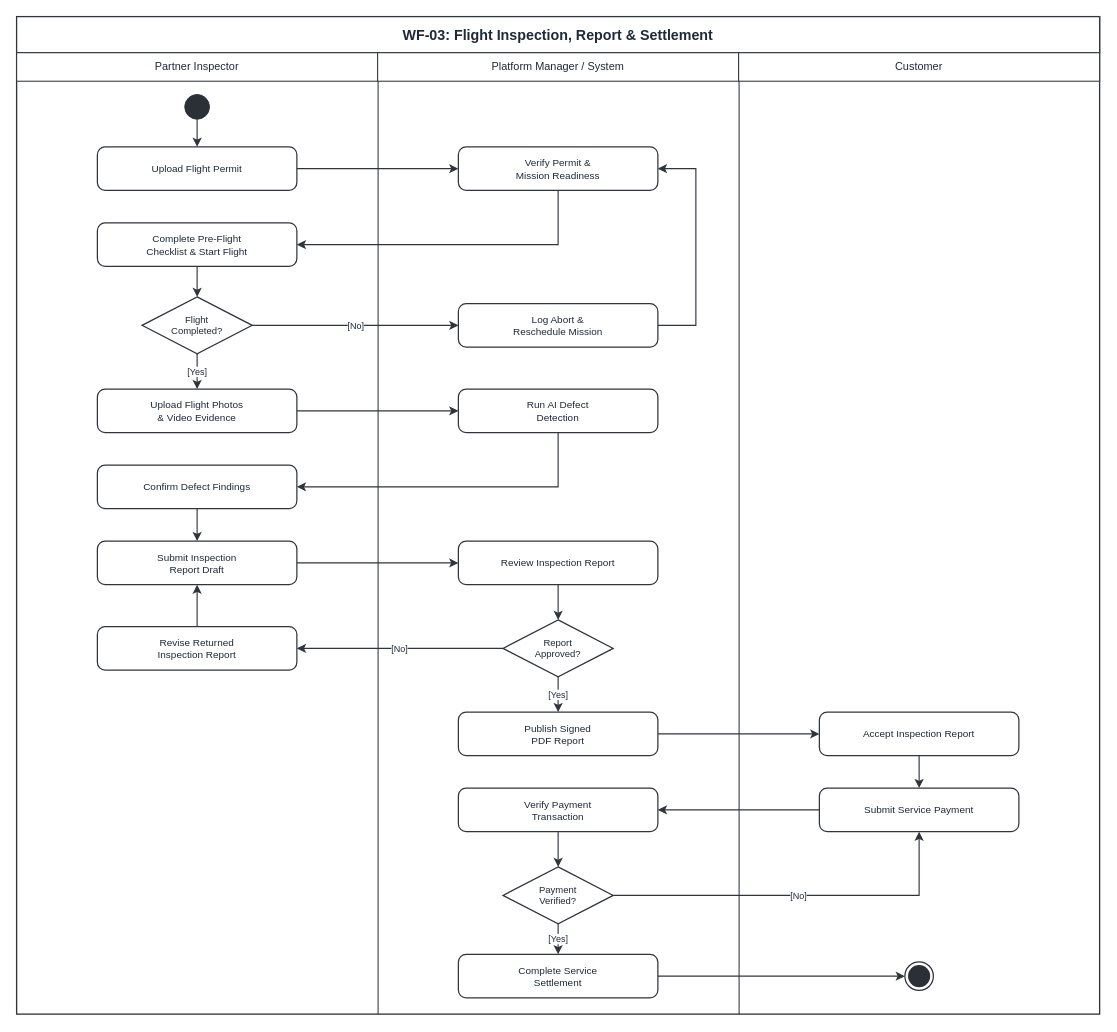
Above: page "WF-03 Activity" (10 of 11) of diagrams/smartdrone-use-cases.drawio in tungbach12/SmartDroneInspection-Docs (draw.io), before the change. Source tidied: cells renumbered, new cells numbered last; positions are measured from the earlier drawing's top-left corner, leaving out a move shared by most shapes. Both pictures are drawn from the tidied source at 95%, with x=0, y=0 at pixel (16, 16).
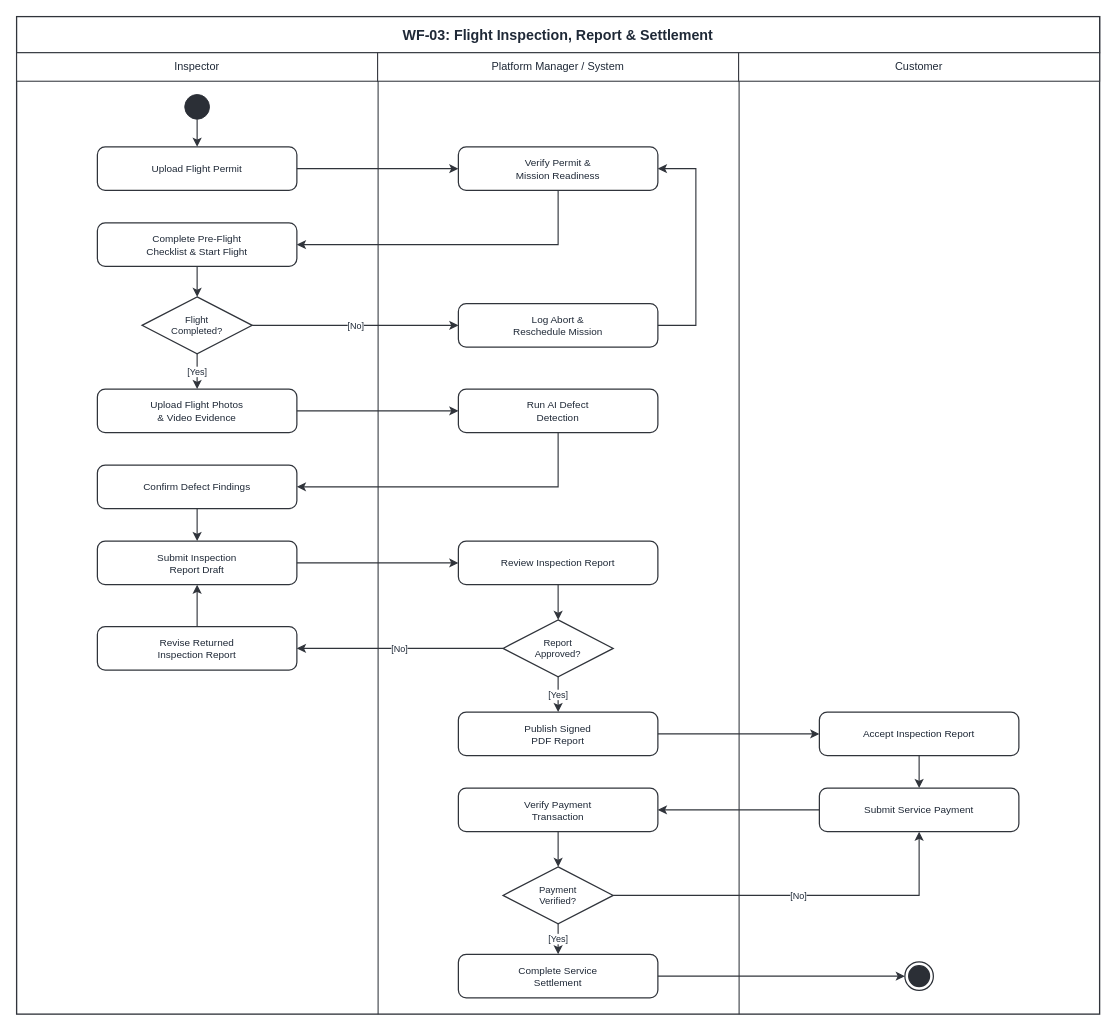
Above is the later version.

What changed in the source:
```diff
@@
-    <mxCell id="4" value="Partner Inspector" style="rounded=0;whiteSpace=wrap;html=1;fillColor=#FFFFFF;strokeColor=#30343B;strokeWidth=1.1;fontColor=#1F2937;fontStyle=0;fontSize=11.5;fontFamily=Helvetica;align=center;verticalAlign=middle;" parent="1" vertex="1">
+    <mxCell id="4" value="Inspector" style="rounded=0;whiteSpace=wrap;html=1;fillColor=#FFFFFF;strokeColor=#30343B;strokeWidth=1.1;fontColor=#1F2937;fontStyle=0;fontSize=11.5;fontFamily=Helvetica;align=center;verticalAlign=middle;" parent="1" vertex="1">
       <mxGeometry y="38" width="380" height="30" as="geometry" />
     </mxCell>
```
